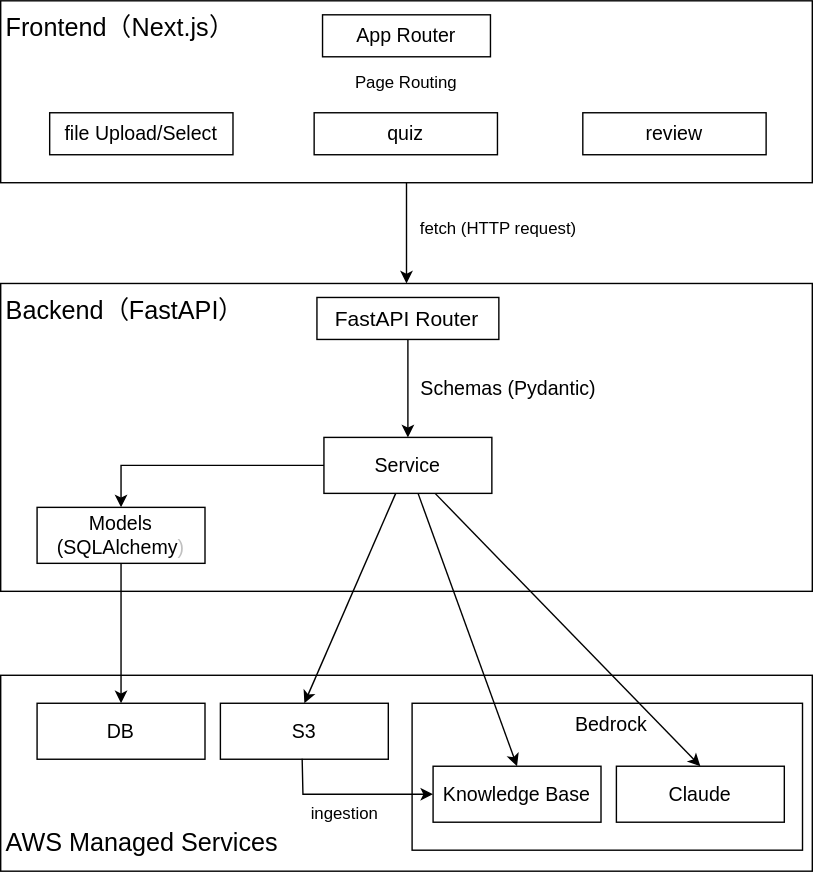
The draw.io diagram docs/assets/architecture.svg in Applica-760/doc-drill, before a commit. Source tidied: cells renumbered, new cells last; positions are measured from the earlier drawing's top-left corner, leaving out a move shared by most shapes.
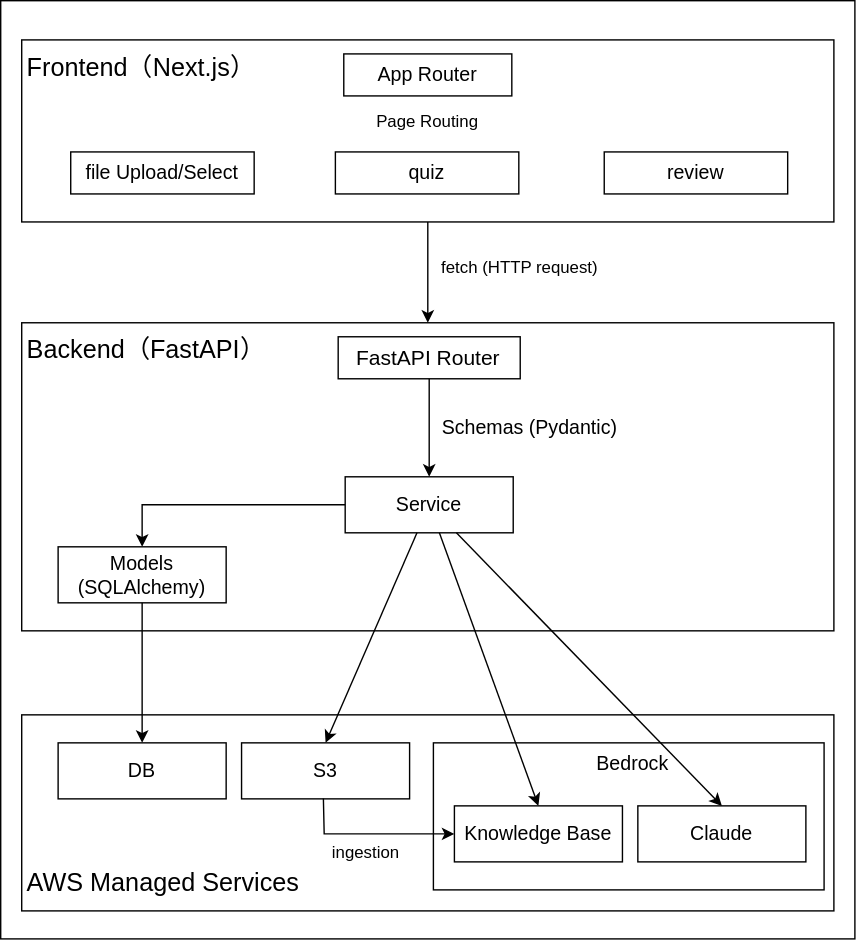
Later version of the same file.

Commit message:
modify architecture diagram

The edit, as a diff of the source:
```diff
@@ -2,6 +2,9 @@
   <root>
     <mxCell id="0" />
     <mxCell id="1" parent="0" />
+    <mxCell id="34" style="whiteSpace=wrap;html=1;" parent="1" vertex="1">
+      <mxGeometry x="-15" y="-28" width="610" height="670" as="geometry" />
+    </mxCell>
     <mxCell id="2" style="whiteSpace=wrap;html=1;fillColor=none;strokeColor=light-dark(#000000,#33FF99);" parent="1" vertex="1">
       <mxGeometry y="482" width="580" height="140" as="geometry" />
     </mxCell>
@@ -69,7 +72,7 @@
     <mxCell id="22" style="edgeStyle=none;html=1;" parent="1" edge="1" source="23" target="29">
       <mxGeometry relative="1" as="geometry" />
     </mxCell>
-    <mxCell id="23" value="&lt;font style=&quot;font-size: 14px;&quot;&gt;Models&lt;/font&gt;&lt;div&gt;&lt;font style=&quot;font-size: 14px;&quot;&gt;(SQLAlchemy&lt;/font&gt;&lt;span style=&quot;color: rgb(192, 192, 192); font-size: 14px; background-color: transparent;&quot;&gt;)&lt;/span&gt;&lt;/div&gt;" style="whiteSpace=wrap;html=1;fillColor=none;strokeColor=light-dark(#000000,#FF6666);" parent="1" vertex="1">
+    <mxCell id="23" value="&lt;font style=&quot;font-size: 14px; color: light-dark(rgb(0, 0, 0), rgb(255, 255, 255));&quot;&gt;Models&lt;/font&gt;&lt;div&gt;&lt;font style=&quot;color: light-dark(rgb(0, 0, 0), rgb(255, 255, 255));&quot;&gt;&lt;font style=&quot;font-size: 14px;&quot;&gt;(SQLAlchemy&lt;/font&gt;&lt;span style=&quot;font-size: 14px; background-color: transparent;&quot;&gt;&lt;font style=&quot;&quot;&gt;)&lt;/font&gt;&lt;/span&gt;&lt;/font&gt;&lt;/div&gt;" style="whiteSpace=wrap;html=1;fillColor=none;strokeColor=light-dark(#000000,#FF6666);" parent="1" vertex="1">
       <mxGeometry x="26" y="362" width="120" height="40" as="geometry" />
     </mxCell>
     <mxCell id="24" value="&lt;font style=&quot;font-size: 15px;&quot;&gt;FastAPI Router&lt;/font&gt;" style="text;html=1;align=center;verticalAlign=middle;strokeColor=none;fillColor=none;" parent="1" vertex="1">
```
